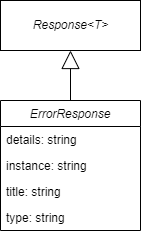
Before: .gitbook/assets/model_error_response.drawio.png, a diagram exported from draw.io (Bernardo-MG/development-docs-architecture). Source tidied: cells renumbered, new cells last; positions are measured from the earlier drawing's top-left corner, leaving out a move shared by most shapes. Source of this version:
```xml
<mxGraphModel>
  <root>
    <mxCell id="0" />
    <mxCell id="1" parent="0" />
    <mxCell id="2" value="ErrorResponse" style="swimlane;fontStyle=2;horizontal=1;startSize=26;fillColor=none;" parent="1" vertex="1">
      <mxGeometry y="100" width="140" height="130" as="geometry" />
    </mxCell>
    <mxCell id="3" value="details: string" style="text;strokeColor=none;fillColor=none;align=left;verticalAlign=top;spacingLeft=4;spacingRight=4;overflow=hidden;" parent="2" vertex="1">
      <mxGeometry y="26" width="140" height="26" as="geometry" />
    </mxCell>
    <mxCell id="4" value="instance: string" style="text;strokeColor=none;fillColor=none;align=left;verticalAlign=top;spacingLeft=4;spacingRight=4;overflow=hidden;" parent="2" vertex="1">
      <mxGeometry y="52" width="140" height="26" as="geometry" />
    </mxCell>
    <mxCell id="5" value="title: string" style="text;strokeColor=none;fillColor=none;align=left;verticalAlign=top;spacingLeft=4;spacingRight=4;overflow=hidden;" parent="2" vertex="1">
      <mxGeometry y="78" width="140" height="26" as="geometry" />
    </mxCell>
    <mxCell id="6" value="type: string" style="text;strokeColor=none;fillColor=none;align=left;verticalAlign=top;spacingLeft=4;spacingRight=4;overflow=hidden;" parent="2" vertex="1">
      <mxGeometry y="104" width="140" height="26" as="geometry" />
    </mxCell>
    <mxCell id="7" value="&lt;i&gt;Response&amp;lt;T&amp;gt;&lt;/i&gt;" style="html=1;" parent="1" vertex="1">
      <mxGeometry width="140" height="50" as="geometry" />
    </mxCell>
    <mxCell id="8" style="endArrow=block;endSize=16;endFill=0;html=1;rounded=0;exitX=0.5;exitY=0;exitDx=0;exitDy=0;entryX=0.5;entryY=1;entryDx=0;entryDy=0;" parent="1" edge="1" source="2" target="7">
      <mxGeometry relative="1" as="geometry" />
    </mxCell>
  </root>
</mxGraphModel>
```
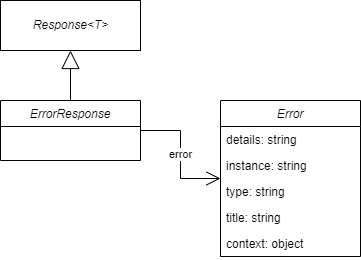
Later version of the same file.

Commit message:
GitBook: [#89] No subject

The edit, as a diff of the source:
```diff
@@ -3,25 +3,34 @@
     <mxCell id="0" />
     <mxCell id="1" parent="0" />
     <mxCell id="2" value="ErrorResponse" style="swimlane;fontStyle=2;horizontal=1;startSize=26;fillColor=none;" parent="1" vertex="1">
-      <mxGeometry y="100" width="140" height="130" as="geometry" />
+      <mxGeometry y="100" width="140" height="60" as="geometry" />
     </mxCell>
+    <mxCell id="7" value="&lt;i&gt;Response&amp;lt;T&amp;gt;&lt;/i&gt;" style="html=1;" parent="1" vertex="1">
+      <mxGeometry width="140" height="50" as="geometry" />
+    </mxCell>
+    <mxCell id="8" style="endArrow=block;endSize=16;endFill=0;html=1;rounded=0;exitX=0.5;exitY=0;exitDx=0;exitDy=0;entryX=0.5;entryY=1;entryDx=0;entryDy=0;" parent="1" edge="1" source="2" target="7">
+      <mxGeometry relative="1" as="geometry" />
+    </mxCell>
+    <mxCell id="9" value="Error" style="swimlane;fontStyle=2;horizontal=1;startSize=26;fillColor=none;" parent="1" vertex="1">
+      <mxGeometry x="220" y="100" width="140" height="156" as="geometry" />
+    </mxCell>
-    <mxCell id="3" value="details: string" style="text;strokeColor=none;fillColor=none;align=left;verticalAlign=top;spacingLeft=4;spacingRight=4;overflow=hidden;" parent="2" vertex="1">
+    <mxCell id="3" value="details: string" style="text;strokeColor=none;fillColor=none;align=left;verticalAlign=top;spacingLeft=4;spacingRight=4;overflow=hidden;" parent="9" vertex="1">
       <mxGeometry y="26" width="140" height="26" as="geometry" />
     </mxCell>
-    <mxCell id="4" value="instance: string" style="text;strokeColor=none;fillColor=none;align=left;verticalAlign=top;spacingLeft=4;spacingRight=4;overflow=hidden;" parent="2" vertex="1">
+    <mxCell id="4" value="instance: string" style="text;strokeColor=none;fillColor=none;align=left;verticalAlign=top;spacingLeft=4;spacingRight=4;overflow=hidden;" parent="9" vertex="1">
       <mxGeometry y="52" width="140" height="26" as="geometry" />
     </mxCell>
+    <mxCell id="6" value="type: string" style="text;strokeColor=none;fillColor=none;align=left;verticalAlign=top;spacingLeft=4;spacingRight=4;overflow=hidden;" parent="9" vertex="1">
+      <mxGeometry y="78" width="140" height="26" as="geometry" />
+    </mxCell>
-    <mxCell id="5" value="title: string" style="text;strokeColor=none;fillColor=none;align=left;verticalAlign=top;spacingLeft=4;spacingRight=4;overflow=hidden;" parent="2" vertex="1">
-      <mxGeometry y="78" width="140" height="26" as="geometry" />
+    <mxCell id="5" value="title: string" style="text;strokeColor=none;fillColor=none;align=left;verticalAlign=top;spacingLeft=4;spacingRight=4;overflow=hidden;" parent="9" vertex="1">
+      <mxGeometry y="104" width="140" height="26" as="geometry" />
     </mxCell>
-    <mxCell id="6" value="type: string" style="text;strokeColor=none;fillColor=none;align=left;verticalAlign=top;spacingLeft=4;spacingRight=4;overflow=hidden;" parent="2" vertex="1">
-      <mxGeometry y="104" width="140" height="26" as="geometry" />
-    </mxCell>
-    <mxCell id="7" value="&lt;i&gt;Response&amp;lt;T&amp;gt;&lt;/i&gt;" style="html=1;" parent="1" vertex="1">
-      <mxGeometry width="140" height="50" as="geometry" />
-    </mxCell>
-    <mxCell id="8" style="endArrow=block;endSize=16;endFill=0;html=1;rounded=0;exitX=0.5;exitY=0;exitDx=0;exitDy=0;entryX=0.5;entryY=1;entryDx=0;entryDy=0;" parent="1" edge="1" source="2" target="7">
-      <mxGeometry relative="1" as="geometry" />
-    </mxCell>
+    <mxCell id="10" value="context: object" style="text;strokeColor=none;fillColor=none;align=left;verticalAlign=top;spacingLeft=4;spacingRight=4;overflow=hidden;" parent="9" vertex="1">
+      <mxGeometry y="130" width="140" height="26" as="geometry" />
+    </mxCell>
+    <mxCell id="11" value="error" style="endArrow=open;endFill=1;endSize=12;html=1;rounded=0;exitX=1;exitY=0.5;exitDx=0;exitDy=0;entryX=0;entryY=0.5;entryDx=0;entryDy=0;edgeStyle=orthogonalEdgeStyle;" parent="1" edge="1" source="2" target="9">
+      <mxGeometry relative="1" as="geometry" />
+    </mxCell>
   </root>
 </mxGraphModel>
```
